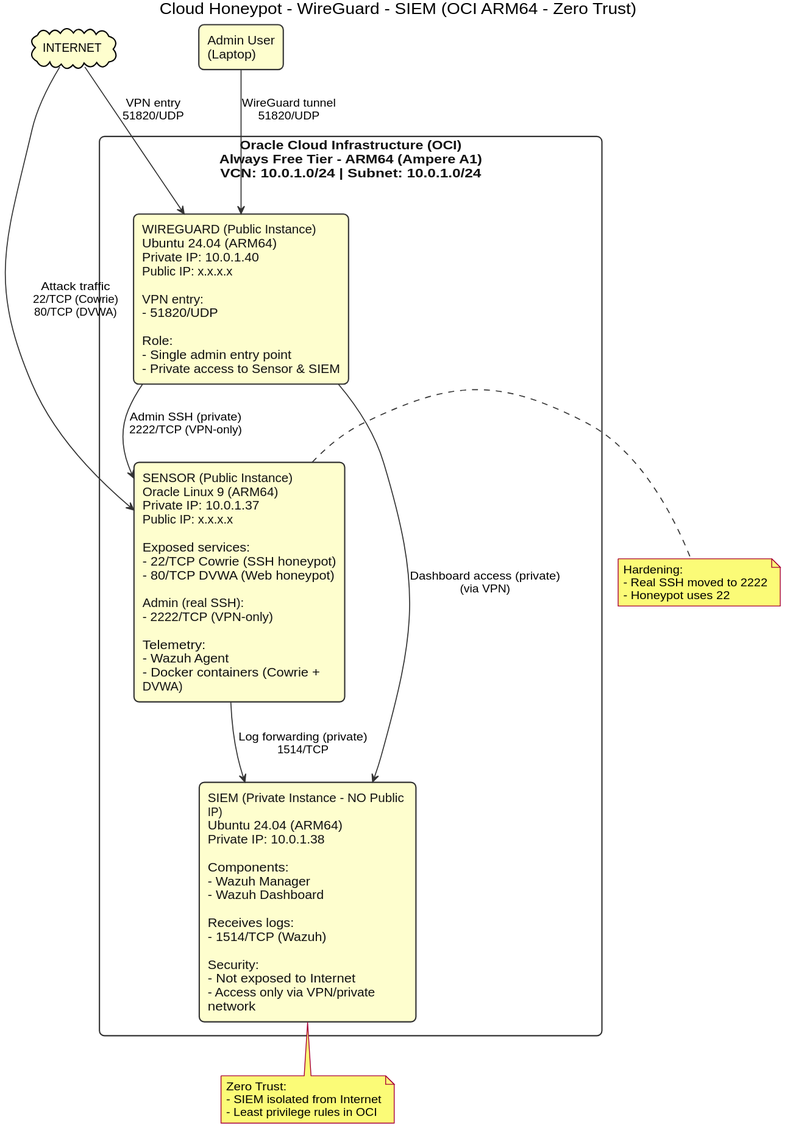
Before: diagrams/topologia.svg, a diagram exported from PlantUML (LuigiDelSordo/Cloud-Honeypot-WireGuard-SIEM).
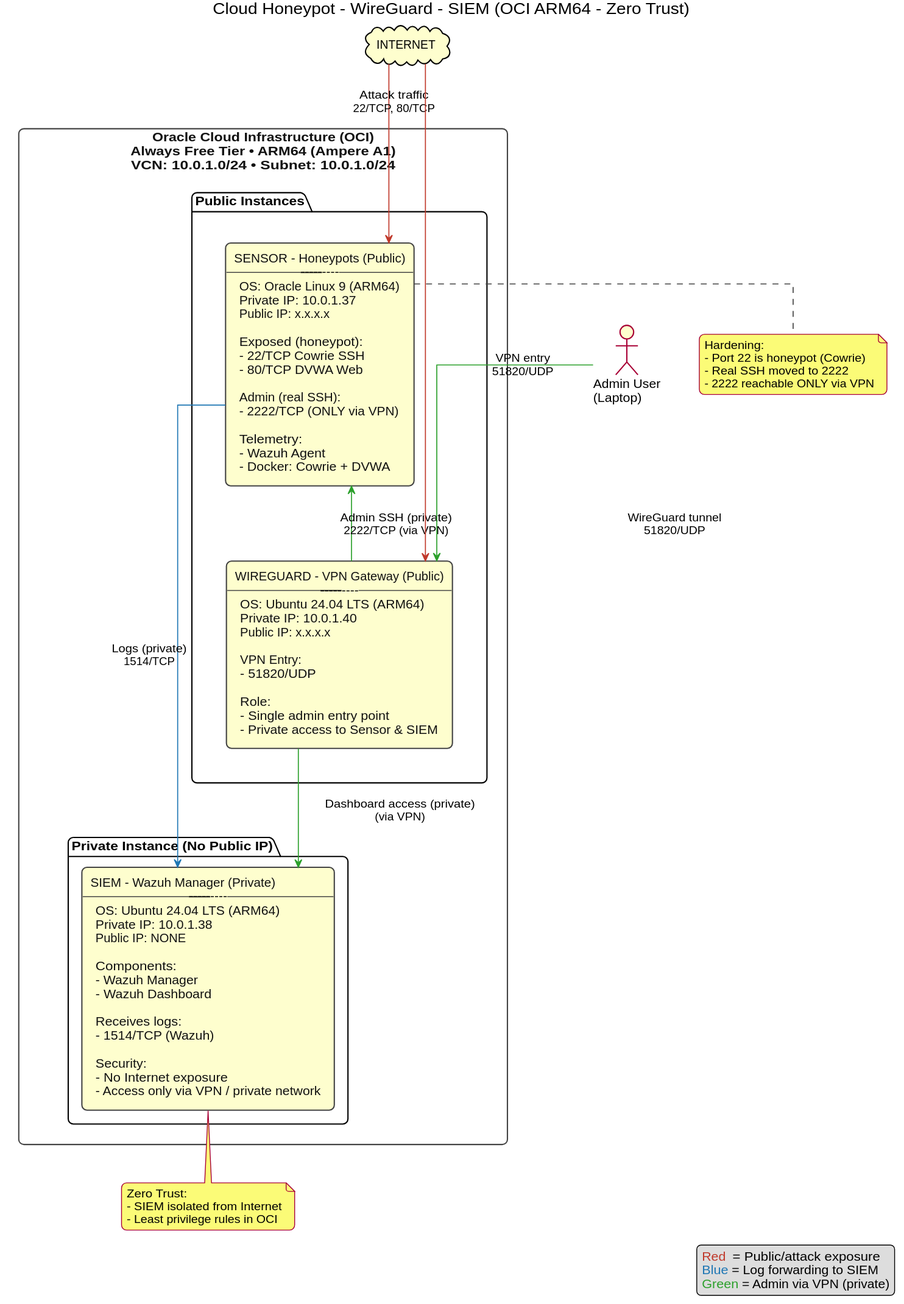
Later version of the same file.

Commit message:
Auto-render PlantUML diagrams

Diff of the diagram source:
```diff
@@ -1,47 +1,60 @@
 @startuml
+
 skinparam backgroundColor white
+skinparam defaultFontName Arial
 skinparam shadowing false
-skinparam defaultFontName Arial
-skinparam ArrowThickness 1.2
-skinparam ArrowColor #333333
-skinparam RectangleBorderColor #333333
-skinparam RectangleFontColor #111111
-skinparam RectangleRoundCorner 12
-skinparam wrapWidth 240
-skinparam maxMessageSize 220
+skinparam roundcorner 12
+
+skinparam linetype ortho
+skinparam nodesep 45
+skinparam ranksep 55
+
+skinparam RectangleBorderColor #444444
+skinparam RectangleFontColor  #111111
+skinparam ArrowColor          #444444
+skinparam ArrowThickness      1.2
 
 title Cloud Honeypot - WireGuard - SIEM (OCI ARM64 - Zero Trust)
 
 cloud "INTERNET" as Internet
-rectangle "Admin User\n(Laptop)" as Admin
+actor "Admin User\n(Laptop)" as Admin
 
-rectangle "Oracle Cloud Infrastructure (OCI)\nAlways Free Tier - ARM64 (Ampere A1)\nVCN: 10.0.1.0/24 | Subnet: 10.0.1.0/24" as OCI {
+rectangle "Oracle Cloud Infrastructure (OCI)\nAlways Free Tier • ARM64 (Ampere A1)\nVCN: 10.0.1.0/24 • Subnet: 10.0.1.0/24" as OCI {
 
-  together {
-    rectangle "SENSOR (Public Instance)\nOracle Linux 9 (ARM64)\nPrivate IP: 10.0.1.37\nPublic IP: x.x.x.x\n\nExposed services:\n- 22/TCP  Cowrie (SSH honeypot)\n- 80/TCP  DVWA (Web honeypot)\n\nAdmin (real SSH):\n- 2222/TCP (VPN-only)\n\nTelemetry:\n- Wazuh Agent\n- Docker containers (Cowrie + DVWA)" as Sensor
+  package "Public Instances" as PUB {
 
-    rectangle "WIREGUARD (Public Instance)\nUbuntu 24.04 (ARM64)\nPrivate IP: 10.0.1.40\nPublic IP: x.x.x.x\n\nVPN entry:\n- 51820/UDP\n\nRole:\n- Single admin entry point\n- Private access to Sensor & SIEM" as WG
+    together {
+      rectangle "SENSOR - Honeypots (Public)\n---------------------------------\nOS: Oracle Linux 9 (ARM64)\nPrivate IP: 10.0.1.37\nPublic IP: x.x.x.x\n\nExposed (honeypot):\n- 22/TCP  Cowrie SSH\n- 80/TCP  DVWA Web\n\nAdmin (real SSH):\n- 2222/TCP  (ONLY via VPN)\n\nTelemetry:\n- Wazuh Agent\n- Docker: Cowrie + DVWA" as Sensor
+
+      rectangle "WIREGUARD - VPN Gateway (Public)\n---------------------------------\nOS: Ubuntu 24.04 LTS (ARM64)\nPrivate IP: 10.0.1.40\nPublic IP: x.x.x.x\n\nVPN Entry:\n- 51820/UDP\n\nRole:\n- Single admin entry point\n- Private access to Sensor & SIEM" as WG
+    }
+
+    Sensor -[hidden]-> WG
   }
 
-  rectangle "SIEM (Private Instance - NO Public IP)\nUbuntu 24.04 (ARM64)\nPrivate IP: 10.0.1.38\n\nComponents:\n- Wazuh Manager\n- Wazuh Dashboard\n\nReceives logs:\n- 1514/TCP (Wazuh)\n\nSecurity:\n- Not exposed to Internet\n- Access only via VPN/private network" as SIEM
+  package "Private Instance (No Public IP)" as PRIV {
+    rectangle "SIEM - Wazuh Manager (Private)\n---------------------------------\nOS: Ubuntu 24.04 LTS (ARM64)\nPrivate IP: 10.0.1.38\nPublic IP: NONE\n\nComponents:\n- Wazuh Manager\n- Wazuh Dashboard\n\nReceives logs:\n- 1514/TCP (Wazuh)\n\nSecurity:\n- No Internet exposure\n- Access only via VPN / private network" as SIEM
+  }
 
+  WG -[hidden]-> SIEM
   Sensor -[hidden]-> SIEM
-  WG     -[hidden]-> SIEM
 }
 
-Internet --> Sensor : Attack traffic\n22/TCP (Cowrie)\n80/TCP (DVWA)
-Internet --> WG     : VPN entry\n51820/UDP
 
-Sensor --> SIEM : Log forwarding (private)\n1514/TCP
+Internet -[#C0392B]-> Sensor : Attack traffic\n22/TCP, 80/TCP
+Internet -[#C0392B]-> WG     : VPN entry\n51820/UDP
 
-Admin --> WG    : WireGuard tunnel\n51820/UDP
-WG --> Sensor   : Admin SSH (private)\n2222/TCP (VPN-only)
-WG --> SIEM     : Dashboard access (private)\n(via VPN)
+Sensor -[#1F77B4]-> SIEM : Logs (private)\n1514/TCP
+
+Admin  -[#2CA02C]-> WG   : WireGuard tunnel\n51820/UDP
+WG     -[#2CA02C]-> Sensor : Admin SSH (private)\n2222/TCP (via VPN)
+WG     -[#2CA02C]-> SIEM   : Dashboard access (private)\n(via VPN)
 
 note right of Sensor
 Hardening:
+- Port 22 is honeypot (Cowrie)
 - Real SSH moved to 2222
-- Honeypot uses 22
+- 2222 reachable ONLY via VPN
 end note
 
 note bottom of SIEM
@@ -50,4 +63,10 @@
 - Least privilege rules in OCI
 end note
 
+legend right
+<color:#C0392B>Red</color>  = Public/attack exposure
+<color:#1F77B4>Blue</color> = Log forwarding to SIEM
+<color:#2CA02C>Green</color> = Admin via VPN (private)
+endlegend
+
 @enduml
```
